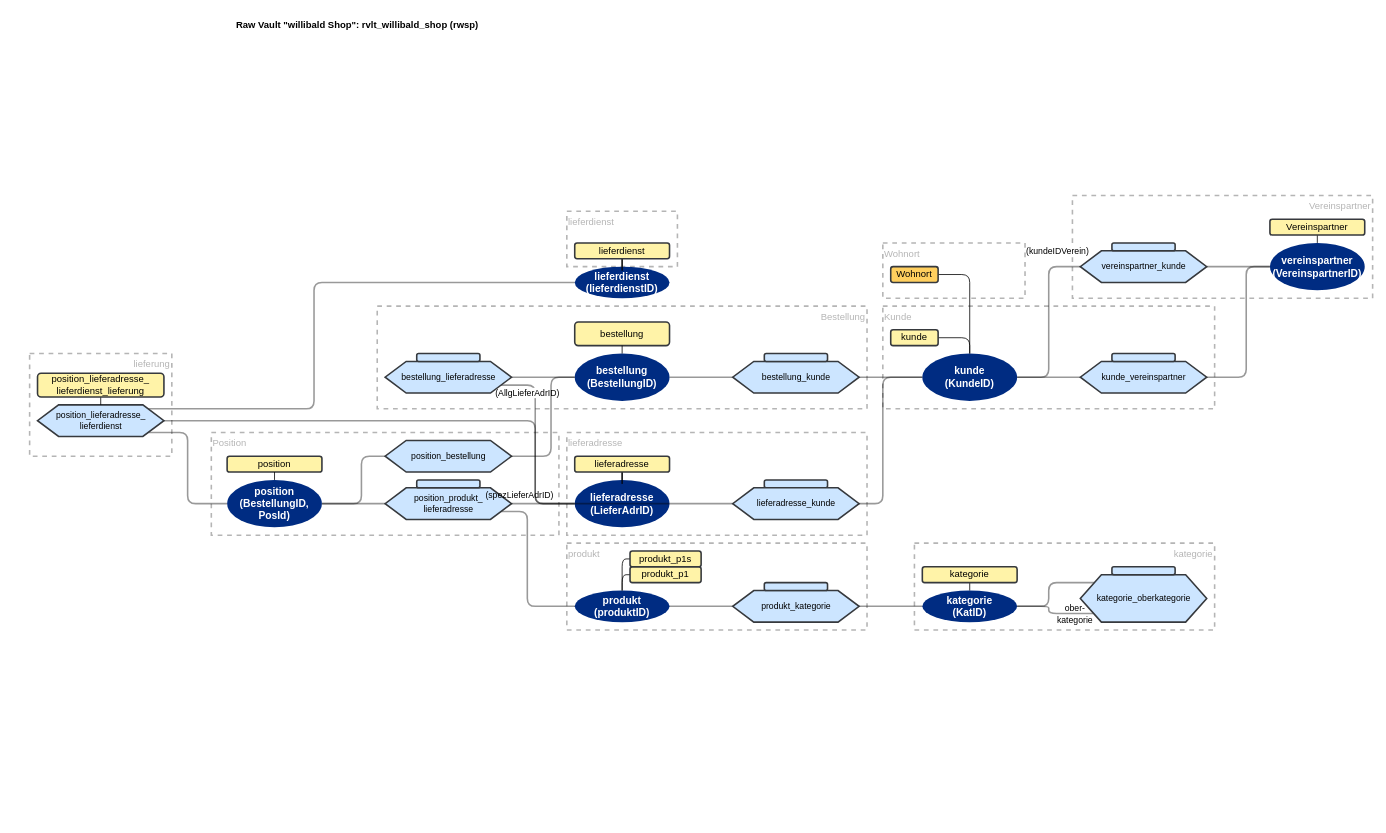
Before: documentation/images/ddvug_willibald_model.drawio in cimt-ag/data_vault_pipelinedescription, a draw.io diagram. Source tidied: cells renumbered, new cells numbered last; positions are measured from the earlier drawing's top-left corner, leaving out a move shared by most shapes. Both pictures are drawn from the tidied source at 79%, with x=0, y=0 at pixel (29, 13).
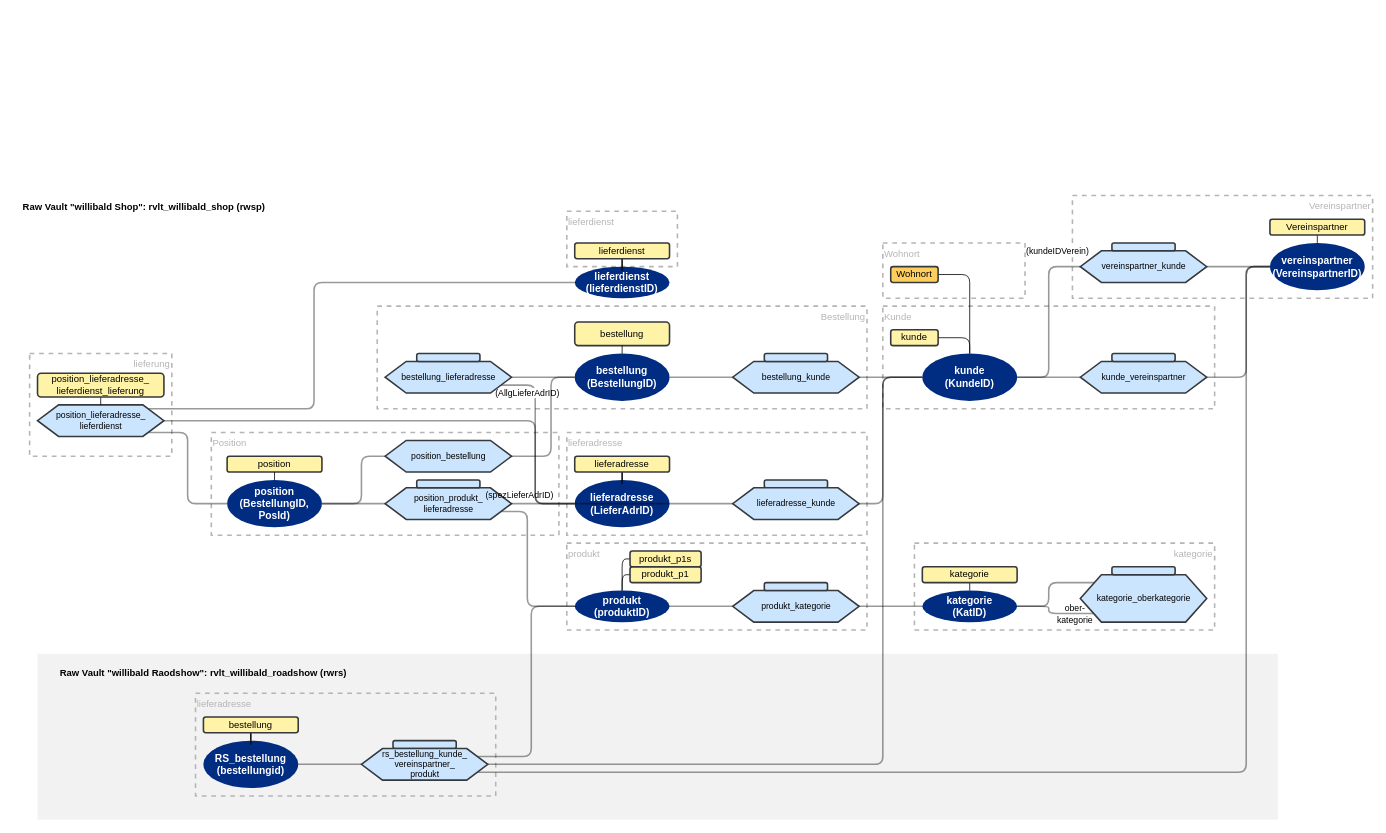
Above is the later version.

Unchanged cells that the change refers to:
```xml
<mxCell id="37" value="kunde&lt;br style=&quot;font-size: 13px;&quot;&gt;(KundeID)" style="strokeWidth=2;html=1;shape=mxgraph.flowchart.start_1;whiteSpace=wrap;strokeColor=none;fontColor=#ffffff;fillColor=#002C82;fontFamily=Helvetica;fontSize=13;fontStyle=1;" parent="14" vertex="1">
  <mxGeometry x="1130" y="430" width="120" height="60" as="geometry" />
</mxCell>
<mxCell id="51" value="produkt&lt;br style=&quot;font-size: 13px;&quot;&gt;(produktID)" style="strokeWidth=2;html=1;shape=mxgraph.flowchart.start_1;whiteSpace=wrap;strokeColor=none;fontColor=#ffffff;fillColor=#002C82;fontFamily=Helvetica;fontSize=13;fontStyle=1;" parent="14" vertex="1">
  <mxGeometry x="690" y="730" width="120" height="40" as="geometry" />
</mxCell>
<mxCell id="72" value="vereinspartner&lt;br style=&quot;font-size: 13px;&quot;&gt;(VereinspartnerID)" style="strokeWidth=2;html=1;shape=mxgraph.flowchart.start_1;whiteSpace=wrap;strokeColor=none;fontColor=#ffffff;fillColor=#002C82;fontFamily=Helvetica;fontSize=13;fontStyle=1;" parent="14" vertex="1">
  <mxGeometry x="1570" y="290" width="120" height="60" as="geometry" />
</mxCell>
```

The edit, as a diff of the source:
```diff
@@
+    <mxCell id="87" style="rounded=0;whiteSpace=wrap;html=1;fontFamily=Helvetica;fontSize=11;fontColor=default;fillColor=#F2F2F2;strokeColor=none;" parent="1" vertex="1">
+      <mxGeometry x="10" y="810" width="1570" height="210" as="geometry" />
+    </mxCell>
@@
     <mxCell id="4" value="Raw Vault &quot;willibald Shop&quot;: rvlt_willibald_shop (rwsp)" style="text;html=1;strokeColor=none;fillColor=none;align=center;verticalAlign=middle;whiteSpace=wrap;rounded=0;fontStyle=1;" parent="1" vertex="1">
-      <mxGeometry x="250" width="330" height="30" as="geometry" />
+      <mxGeometry x="-20" y="230" width="330" height="30" as="geometry" />
     </mxCell>
@@
+    <mxCell id="88" value="lieferadresse" style="rounded=0;whiteSpace=wrap;html=1;strokeWidth=2;dashed=1;strokeColor=#B5B5B5;fillColor=none;verticalAlign=top;align=left;fontColor=#B5B5B5;" parent="1" vertex="1">
+      <mxGeometry x="210" y="860" width="380" height="130" as="geometry" />
+    </mxCell>
+    <mxCell id="89" value="Raw Vault &quot;willibald Raodshow&quot;: rvlt_willibald_roadshow (rwrs)" style="text;html=1;strokeColor=none;fillColor=none;align=center;verticalAlign=middle;whiteSpace=wrap;rounded=0;fontStyle=1;" parent="1" vertex="1">
+      <mxGeometry x="20" y="820" width="400" height="30" as="geometry" />
+    </mxCell>
@@
+    <mxCell id="90" style="edgeStyle=orthogonalEdgeStyle;shape=connector;rounded=1;jumpStyle=none;jettySize=auto;html=1;labelBackgroundColor=default;strokeColor=default;strokeWidth=2;fontFamily=Helvetica;fontSize=11;fontColor=default;endArrow=none;endFill=0;opacity=40;" parent="14" edge="1" source="91" target="98">
+      <mxGeometry relative="1" as="geometry" />
+    </mxCell>
+    <mxCell id="91" value="RS_bestellung&lt;br&gt;(bestellungid)" style="strokeWidth=2;html=1;shape=mxgraph.flowchart.start_1;whiteSpace=wrap;strokeColor=none;fontColor=#ffffff;fillColor=#002C82;fontFamily=Helvetica;fontSize=13;fontStyle=1;" parent="14" vertex="1">
+      <mxGeometry x="220" y="920" width="120" height="60" as="geometry" />
+    </mxCell>
+    <mxCell id="92" style="edgeStyle=orthogonalEdgeStyle;shape=connector;rounded=1;jumpStyle=none;jettySize=auto;html=1;labelBackgroundColor=default;strokeColor=default;fontFamily=Helvetica;fontSize=11;fontColor=default;endArrow=none;endFill=0;" parent="14" edge="1" source="93" target="91">
+      <mxGeometry relative="1" as="geometry" />
+    </mxCell>
+    <mxCell id="93" value="bestellung" style="rounded=1;whiteSpace=wrap;html=1;strokeColor=#36393d;fillColor=#FFF3A8;strokeWidth=2;" parent="14" vertex="1">
+      <mxGeometry x="220" y="890" width="120" height="20" as="geometry" />
+    </mxCell>
+    <mxCell id="94" style="rounded=1;whiteSpace=wrap;html=1;strokeColor=#36393d;fillColor=#cce5ff;strokeWidth=2;fontSize=11;arcSize=24;" parent="14" vertex="1">
+      <mxGeometry x="460" y="920" width="80" height="10" as="geometry" />
+    </mxCell>
+    <mxCell id="95" style="edgeStyle=orthogonalEdgeStyle;shape=connector;rounded=1;jumpStyle=none;jettySize=auto;html=1;entryX=0;entryY=0.5;entryDx=0;entryDy=0;entryPerimeter=0;labelBackgroundColor=default;strokeColor=default;strokeWidth=2;fontFamily=Helvetica;fontSize=11;fontColor=default;endArrow=none;endFill=0;opacity=40;" parent="14" edge="1" source="98" target="51">
+      <mxGeometry relative="1" as="geometry">
+        <Array as="points">
+          <mxPoint x="635" y="940" />
+          <mxPoint x="635" y="750" />
+        </Array>
+      </mxGeometry>
+    </mxCell>
+    <mxCell id="96" style="edgeStyle=orthogonalEdgeStyle;shape=connector;rounded=1;jumpStyle=none;jettySize=auto;html=1;labelBackgroundColor=default;strokeColor=default;strokeWidth=2;fontFamily=Helvetica;fontSize=11;fontColor=default;endArrow=none;endFill=0;opacity=40;" parent="14" edge="1" source="98" target="37">
+      <mxGeometry relative="1" as="geometry">
+        <Array as="points">
+          <mxPoint x="1080" y="950" />
+          <mxPoint x="1080" y="460" />
+        </Array>
+      </mxGeometry>
+    </mxCell>
+    <mxCell id="97" style="edgeStyle=orthogonalEdgeStyle;shape=connector;rounded=1;jumpStyle=none;jettySize=auto;html=1;labelBackgroundColor=default;strokeColor=default;strokeWidth=2;fontFamily=Helvetica;fontSize=11;fontColor=default;endArrow=none;endFill=0;opacity=40;" parent="14" edge="1" source="98" target="72">
+      <mxGeometry relative="1" as="geometry">
+        <Array as="points">
+          <mxPoint x="1540" y="960" />
+          <mxPoint x="1540" y="320" />
+        </Array>
+      </mxGeometry>
+    </mxCell>
+    <mxCell id="98" value="rs_bestellung_kunde_&lt;br&gt;vereinspartner_&lt;br&gt;produkt" style="verticalLabelPosition=middle;verticalAlign=middle;html=1;shape=hexagon;perimeter=hexagonPerimeter2;arcSize=6;size=0.16666666666666666;fillColor=#cce5ff;strokeColor=#36393d;strokeWidth=2;fontFamily=Helvetica;fontSize=11;fontColor=default;labelPosition=center;align=center;" parent="14" vertex="1">
+      <mxGeometry x="420" y="930" width="160" height="40" as="geometry" />
+    </mxCell>
```
